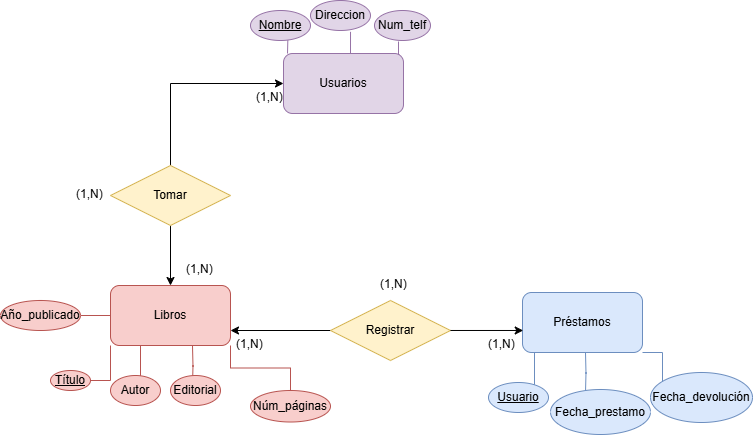
The draw.io diagram diseño/sheet01/ex01/Ejer01.drawio.png in Dorianaadc/Bootcamp, before a commit. Source tidied: cells renumbered, new cells last; positions are measured from the earlier drawing's top-left corner, leaving out a move shared by most shapes. The source it was exported from:
```xml
<mxGraphModel>
  <root>
    <mxCell id="0" />
    <mxCell id="1" parent="0" />
    <mxCell id="2" style="edgeStyle=orthogonalEdgeStyle;rounded=0;jettySize=auto;html=1;exitX=0;exitY=1;exitDx=0;exitDy=0;endArrow=none;startFill=0;fillColor=#f8cecc;strokeColor=#b85450;" parent="1" edge="1" source="7">
      <mxGeometry relative="1" as="geometry">
        <mxPoint x="90" y="380" as="targetPoint" />
        <Array as="points">
          <mxPoint x="110" y="380" />
          <mxPoint x="71" y="380" />
        </Array>
      </mxGeometry>
    </mxCell>
    <mxCell id="3" style="edgeStyle=orthogonalEdgeStyle;rounded=0;jettySize=auto;html=1;exitX=0.25;exitY=1;exitDx=0;exitDy=0;endArrow=none;startFill=0;fillColor=#f8cecc;strokeColor=#b85450;" parent="1" edge="1" source="7">
      <mxGeometry relative="1" as="geometry">
        <mxPoint x="140" y="380" as="targetPoint" />
      </mxGeometry>
    </mxCell>
    <mxCell id="4" style="edgeStyle=orthogonalEdgeStyle;rounded=0;orthogonalLoop=1;jettySize=auto;html=1;endArrow=none;startFill=0;fillColor=#f8cecc;strokeColor=#b85450;" parent="1" edge="1">
      <mxGeometry relative="1" as="geometry">
        <mxPoint x="192" y="345" as="sourcePoint" />
        <mxPoint x="192" y="385" as="targetPoint" />
      </mxGeometry>
    </mxCell>
    <mxCell id="5" style="edgeStyle=orthogonalEdgeStyle;rounded=0;jettySize=auto;html=1;endArrow=none;startFill=0;fillColor=#f8cecc;strokeColor=#b85450;" parent="1" edge="1" source="7">
      <mxGeometry relative="1" as="geometry">
        <mxPoint x="50" y="315" as="targetPoint" />
      </mxGeometry>
    </mxCell>
    <mxCell id="6" style="edgeStyle=orthogonalEdgeStyle;rounded=0;jettySize=auto;html=1;exitX=1;exitY=1;exitDx=0;exitDy=0;endArrow=none;startFill=0;fillColor=#f8cecc;strokeColor=#b85450;" parent="1" edge="1" source="7" target="22">
      <mxGeometry relative="1" as="geometry" />
    </mxCell>
    <mxCell id="7" value="Libros" style="rounded=1;whiteSpace=wrap;html=1;fillColor=#f8cecc;strokeColor=#b85450;" parent="1" vertex="1">
      <mxGeometry x="110" y="285" width="120" height="60" as="geometry" />
    </mxCell>
    <mxCell id="8" style="edgeStyle=orthogonalEdgeStyle;rounded=0;orthogonalLoop=1;jettySize=auto;html=1;exitX=0.25;exitY=1;exitDx=0;exitDy=0;endArrow=none;startFill=0;fillColor=#dae8fc;strokeColor=#6c8ebf;" parent="1" edge="1">
      <mxGeometry relative="1" as="geometry">
        <mxPoint x="534" y="352" as="sourcePoint" />
        <mxPoint x="534" y="387" as="targetPoint" />
      </mxGeometry>
    </mxCell>
    <mxCell id="9" style="edgeStyle=orthogonalEdgeStyle;rounded=0;orthogonalLoop=1;jettySize=auto;html=1;endArrow=none;startFill=0;fillColor=#dae8fc;strokeColor=#6c8ebf;" parent="1" edge="1">
      <mxGeometry relative="1" as="geometry">
        <mxPoint x="585" y="352" as="sourcePoint" />
        <mxPoint x="585" y="392" as="targetPoint" />
      </mxGeometry>
    </mxCell>
    <mxCell id="10" style="edgeStyle=orthogonalEdgeStyle;rounded=0;jettySize=auto;html=1;exitX=1;exitY=1;exitDx=0;exitDy=0;endArrow=none;startFill=0;fillColor=#dae8fc;strokeColor=#6c8ebf;" parent="1" edge="1" source="11">
      <mxGeometry relative="1" as="geometry">
        <mxPoint x="662" y="382" as="targetPoint" />
      </mxGeometry>
    </mxCell>
    <mxCell id="11" value="Préstamos" style="rounded=1;whiteSpace=wrap;html=1;fillColor=#dae8fc;strokeColor=#6c8ebf;" parent="1" vertex="1">
      <mxGeometry x="522" y="292" width="120" height="60" as="geometry" />
    </mxCell>
    <mxCell id="12" style="edgeStyle=orthogonalEdgeStyle;rounded=0;orthogonalLoop=1;jettySize=auto;html=1;exitX=0.25;exitY=0;exitDx=0;exitDy=0;endArrow=none;startFill=0;fillColor=#e1d5e7;strokeColor=#9673a6;" parent="1" edge="1">
      <mxGeometry relative="1" as="geometry">
        <mxPoint x="287" y="53" as="sourcePoint" />
        <mxPoint x="287" y="13" as="targetPoint" />
      </mxGeometry>
    </mxCell>
    <mxCell id="13" style="edgeStyle=orthogonalEdgeStyle;rounded=0;jettySize=auto;html=1;exitX=0.5;exitY=0;exitDx=0;exitDy=0;endArrow=none;startFill=0;entryX=0.667;entryY=1.044;entryDx=0;entryDy=0;entryPerimeter=0;fillColor=#e1d5e7;strokeColor=#9673a6;" parent="1" edge="1" source="15" target="17">
      <mxGeometry relative="1" as="geometry" />
    </mxCell>
    <mxCell id="14" style="edgeStyle=orthogonalEdgeStyle;rounded=0;orthogonalLoop=1;jettySize=auto;html=1;exitX=1;exitY=0;exitDx=0;exitDy=0;entryX=0.5;entryY=1;entryDx=0;entryDy=0;endArrow=none;startFill=0;fillColor=#e1d5e7;strokeColor=#9673a6;" parent="1" edge="1">
      <mxGeometry relative="1" as="geometry">
        <mxPoint x="399" y="54" as="sourcePoint" />
        <mxPoint x="398" y="41" as="targetPoint" />
      </mxGeometry>
    </mxCell>
    <mxCell id="15" value="Usuarios" style="rounded=1;whiteSpace=wrap;html=1;fillColor=#e1d5e7;strokeColor=#9673a6;" parent="1" vertex="1">
      <mxGeometry x="283" y="53" width="120" height="60" as="geometry" />
    </mxCell>
    <mxCell id="16" value="Nombre" style="ellipse;whiteSpace=wrap;html=1;align=center;fontStyle=4;fillColor=#e1d5e7;strokeColor=#9673a6;" parent="1" vertex="1">
      <mxGeometry x="250" y="10" width="60" height="30" as="geometry" />
    </mxCell>
    <mxCell id="17" value="Direccion" style="ellipse;whiteSpace=wrap;html=1;align=center;fillColor=#e1d5e7;strokeColor=#9673a6;" parent="1" vertex="1">
      <mxGeometry x="310" width="60" height="30" as="geometry" />
    </mxCell>
    <mxCell id="18" value="Título" style="ellipse;whiteSpace=wrap;html=1;align=center;fontStyle=4;fillColor=#f8cecc;strokeColor=#b85450;" parent="1" vertex="1">
      <mxGeometry x="50" y="370" width="40" height="20" as="geometry" />
    </mxCell>
    <mxCell id="19" value="Autor" style="ellipse;whiteSpace=wrap;html=1;align=center;fillColor=#f8cecc;strokeColor=#b85450;" parent="1" vertex="1">
      <mxGeometry x="110" y="375" width="50" height="30" as="geometry" />
    </mxCell>
    <mxCell id="20" value="Editorial" style="ellipse;whiteSpace=wrap;html=1;align=center;fillColor=#f8cecc;strokeColor=#b85450;" parent="1" vertex="1">
      <mxGeometry x="170" y="375" width="50" height="30" as="geometry" />
    </mxCell>
    <mxCell id="21" value="Año_publicado" style="ellipse;whiteSpace=wrap;html=1;align=center;fillColor=#f8cecc;strokeColor=#b85450;" parent="1" vertex="1">
      <mxGeometry y="300" width="80" height="30" as="geometry" />
    </mxCell>
    <mxCell id="22" value="Núm_páginas" style="ellipse;whiteSpace=wrap;html=1;align=center;fillColor=#f8cecc;strokeColor=#b85450;" parent="1" vertex="1">
      <mxGeometry x="250" y="390" width="80" height="31.5" as="geometry" />
    </mxCell>
    <mxCell id="23" value="Usuario" style="ellipse;whiteSpace=wrap;html=1;align=center;fontStyle=4;fillColor=#dae8fc;strokeColor=#6c8ebf;" parent="1" vertex="1">
      <mxGeometry x="488" y="382" width="60" height="30" as="geometry" />
    </mxCell>
    <mxCell id="24" value="Fecha_prestamo" style="ellipse;whiteSpace=wrap;html=1;align=center;fillColor=#dae8fc;strokeColor=#6c8ebf;" parent="1" vertex="1">
      <mxGeometry x="550" y="389" width="100" height="45" as="geometry" />
    </mxCell>
    <mxCell id="25" value="Fecha_devolución" style="ellipse;whiteSpace=wrap;html=1;align=center;fillColor=#dae8fc;strokeColor=#6c8ebf;" parent="1" vertex="1">
      <mxGeometry x="650" y="372" width="102" height="50" as="geometry" />
    </mxCell>
    <mxCell id="26" style="edgeStyle=orthogonalEdgeStyle;rounded=0;jettySize=auto;html=1;exitX=0.5;exitY=1;exitDx=0;exitDy=0;entryX=0.5;entryY=0;entryDx=0;entryDy=0;" parent="1" edge="1" source="28" target="7">
      <mxGeometry relative="1" as="geometry" />
    </mxCell>
    <mxCell id="27" style="edgeStyle=orthogonalEdgeStyle;rounded=0;jettySize=auto;html=1;entryX=0;entryY=0.5;entryDx=0;entryDy=0;exitX=0.5;exitY=0;exitDx=0;exitDy=0;" parent="1" edge="1" source="28" target="15">
      <mxGeometry relative="1" as="geometry" />
    </mxCell>
    <mxCell id="28" value="Tomar" style="shape=rhombus;perimeter=rhombusPerimeter;whiteSpace=wrap;html=1;align=center;fillColor=#fff2cc;strokeColor=#d6b656;" parent="1" vertex="1">
      <mxGeometry x="110" y="165" width="120" height="60" as="geometry" />
    </mxCell>
    <mxCell id="29" value="Num_telf" style="ellipse;whiteSpace=wrap;html=1;align=center;fillColor=#e1d5e7;strokeColor=#9673a6;" parent="1" vertex="1">
      <mxGeometry x="374" y="10" width="56" height="30" as="geometry" />
    </mxCell>
    <mxCell id="30" value="(1,N)" style="text;strokeColor=none;fillColor=none;spacingLeft=4;spacingRight=4;overflow=hidden;fontSize=12;whiteSpace=wrap;html=1;" parent="1" vertex="1">
      <mxGeometry x="180" y="255" width="40" height="30" as="geometry" />
    </mxCell>
    <mxCell id="31" value="(1,N)" style="text;strokeColor=none;fillColor=none;spacingLeft=4;spacingRight=4;overflow=hidden;fontSize=12;whiteSpace=wrap;html=1;" parent="1" vertex="1">
      <mxGeometry x="250" y="83" width="40" height="30" as="geometry" />
    </mxCell>
    <mxCell id="32" value="(1,N)" style="text;strokeColor=none;fillColor=none;spacingLeft=4;spacingRight=4;overflow=hidden;fontSize=12;whiteSpace=wrap;html=1;" parent="1" vertex="1">
      <mxGeometry x="70" y="180" width="40" height="30" as="geometry" />
    </mxCell>
    <mxCell id="33" style="edgeStyle=orthogonalEdgeStyle;rounded=0;jettySize=auto;html=1;entryX=1;entryY=0.75;entryDx=0;entryDy=0;" parent="1" edge="1" source="34" target="7">
      <mxGeometry relative="1" as="geometry" />
    </mxCell>
    <mxCell id="34" value="Registrar" style="shape=rhombus;perimeter=rhombusPerimeter;whiteSpace=wrap;html=1;align=center;fillColor=#fff2cc;strokeColor=#d6b656;" parent="1" vertex="1">
      <mxGeometry x="330" y="300" width="120" height="60" as="geometry" />
    </mxCell>
    <mxCell id="35" style="edgeStyle=orthogonalEdgeStyle;rounded=0;jettySize=auto;html=1;entryX=0.006;entryY=0.633;entryDx=0;entryDy=0;entryPerimeter=0;" parent="1" edge="1" source="34" target="11">
      <mxGeometry relative="1" as="geometry" />
    </mxCell>
    <mxCell id="36" value="(1,N)" style="text;strokeColor=none;fillColor=none;spacingLeft=4;spacingRight=4;overflow=hidden;fontSize=12;whiteSpace=wrap;html=1;" parent="1" vertex="1">
      <mxGeometry x="374" y="270" width="40" height="30" as="geometry" />
    </mxCell>
    <mxCell id="37" value="(1,N)" style="text;strokeColor=none;fillColor=none;spacingLeft=4;spacingRight=4;overflow=hidden;fontSize=12;whiteSpace=wrap;html=1;" parent="1" vertex="1">
      <mxGeometry x="230" y="330" width="40" height="30" as="geometry" />
    </mxCell>
    <mxCell id="38" value="(1,N)" style="text;strokeColor=none;fillColor=none;spacingLeft=4;spacingRight=4;overflow=hidden;fontSize=12;whiteSpace=wrap;html=1;" parent="1" vertex="1">
      <mxGeometry x="482" y="330" width="40" height="30" as="geometry" />
    </mxCell>
  </root>
</mxGraphModel>
```
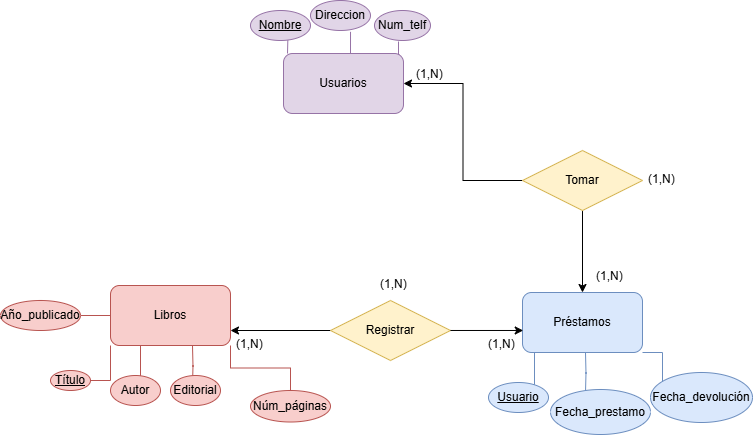
After the commit.

Diff of the diagram source:
```diff
@@ -101,26 +101,26 @@
     <mxCell id="25" value="Fecha_devolución" style="ellipse;whiteSpace=wrap;html=1;align=center;fillColor=#dae8fc;strokeColor=#6c8ebf;" parent="1" vertex="1">
       <mxGeometry x="650" y="372" width="102" height="50" as="geometry" />
     </mxCell>
-    <mxCell id="26" style="edgeStyle=orthogonalEdgeStyle;rounded=0;jettySize=auto;html=1;exitX=0.5;exitY=1;exitDx=0;exitDy=0;entryX=0.5;entryY=0;entryDx=0;entryDy=0;" parent="1" edge="1" source="28" target="7">
-      <mxGeometry relative="1" as="geometry" />
-    </mxCell>
+    <mxCell id="39" style="edgeStyle=orthogonalEdgeStyle;rounded=0;jettySize=auto;html=1;" parent="1" edge="1" source="28" target="11">
+      <mxGeometry relative="1" as="geometry" />
+    </mxCell>
-    <mxCell id="27" style="edgeStyle=orthogonalEdgeStyle;rounded=0;jettySize=auto;html=1;entryX=0;entryY=0.5;entryDx=0;entryDy=0;exitX=0.5;exitY=0;exitDx=0;exitDy=0;" parent="1" edge="1" source="28" target="15">
+    <mxCell id="27" style="edgeStyle=orthogonalEdgeStyle;rounded=0;jettySize=auto;html=1;entryX=1;entryY=0.5;entryDx=0;entryDy=0;" parent="1" edge="1" source="28" target="15">
       <mxGeometry relative="1" as="geometry" />
     </mxCell>
     <mxCell id="28" value="Tomar" style="shape=rhombus;perimeter=rhombusPerimeter;whiteSpace=wrap;html=1;align=center;fillColor=#fff2cc;strokeColor=#d6b656;" parent="1" vertex="1">
-      <mxGeometry x="110" y="165" width="120" height="60" as="geometry" />
+      <mxGeometry x="522" y="150" width="120" height="60" as="geometry" />
     </mxCell>
     <mxCell id="29" value="Num_telf" style="ellipse;whiteSpace=wrap;html=1;align=center;fillColor=#e1d5e7;strokeColor=#9673a6;" parent="1" vertex="1">
       <mxGeometry x="374" y="10" width="56" height="30" as="geometry" />
     </mxCell>
     <mxCell id="30" value="(1,N)" style="text;strokeColor=none;fillColor=none;spacingLeft=4;spacingRight=4;overflow=hidden;fontSize=12;whiteSpace=wrap;html=1;" parent="1" vertex="1">
-      <mxGeometry x="180" y="255" width="40" height="30" as="geometry" />
+      <mxGeometry x="590" y="262" width="40" height="30" as="geometry" />
     </mxCell>
     <mxCell id="31" value="(1,N)" style="text;strokeColor=none;fillColor=none;spacingLeft=4;spacingRight=4;overflow=hidden;fontSize=12;whiteSpace=wrap;html=1;" parent="1" vertex="1">
-      <mxGeometry x="250" y="83" width="40" height="30" as="geometry" />
+      <mxGeometry x="410" y="60" width="40" height="30" as="geometry" />
     </mxCell>
     <mxCell id="32" value="(1,N)" style="text;strokeColor=none;fillColor=none;spacingLeft=4;spacingRight=4;overflow=hidden;fontSize=12;whiteSpace=wrap;html=1;" parent="1" vertex="1">
-      <mxGeometry x="70" y="180" width="40" height="30" as="geometry" />
+      <mxGeometry x="642" y="165" width="40" height="30" as="geometry" />
     </mxCell>
     <mxCell id="33" style="edgeStyle=orthogonalEdgeStyle;rounded=0;jettySize=auto;html=1;entryX=1;entryY=0.75;entryDx=0;entryDy=0;" parent="1" edge="1" source="34" target="7">
       <mxGeometry relative="1" as="geometry" />
```
